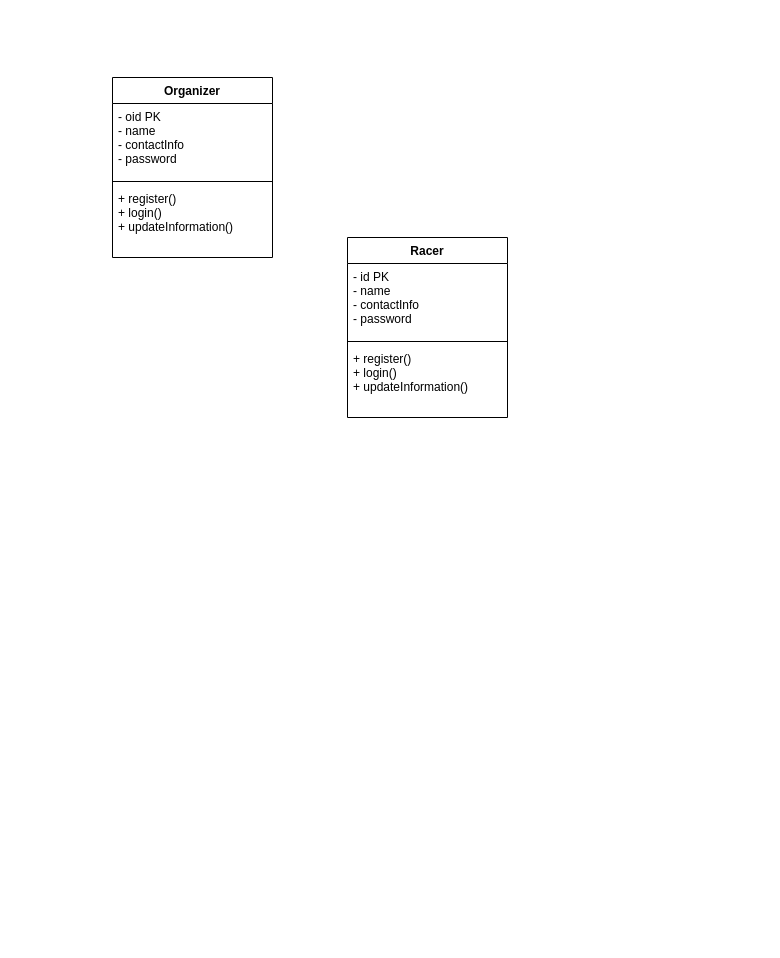
Before: Homework/hw4/webscore_uml.drawio in emi90/DATA514, a draw.io diagram. Source tidied: cells renumbered, new cells numbered last; positions are measured from the earlier drawing's top-left corner, leaving out a move shared by most shapes. Both pictures are drawn from the tidied source at 100%, with x=0, y=0 at pixel (112, 77).
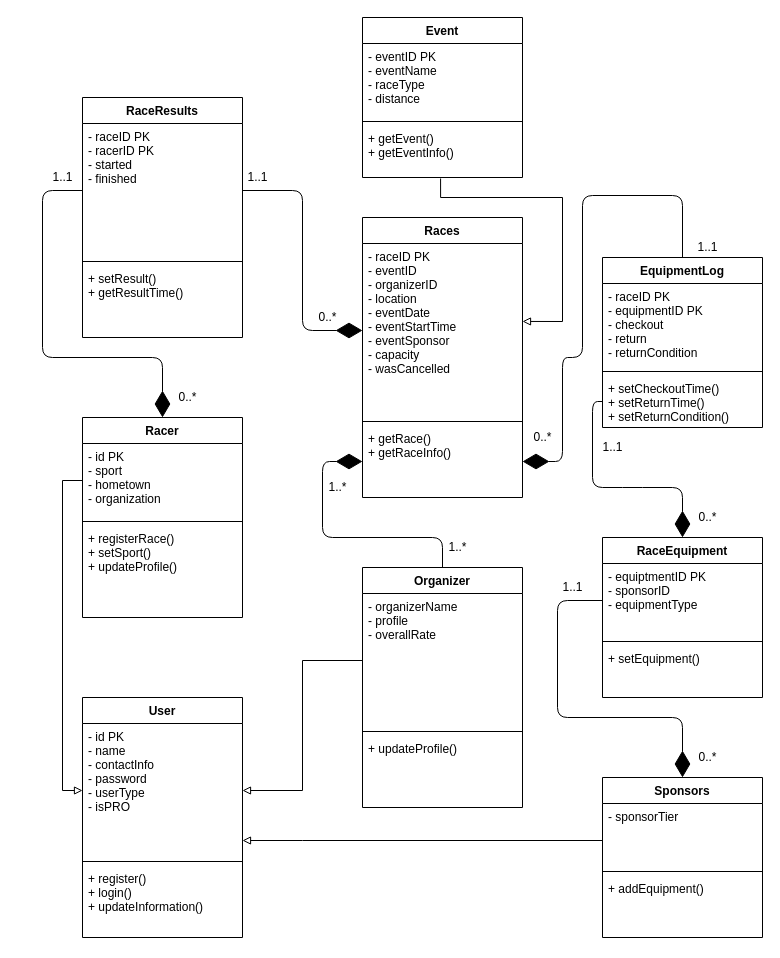
Above is the later version.

Change to the diagram source:
```diff
@@
     <mxCell id="2" value="Racer" style="swimlane;fontStyle=1;align=center;verticalAlign=top;horizontal=1;startSize=26;" parent="1" vertex="1">
-      <mxGeometry x="235" y="160" width="160" height="180" as="geometry" />
+      <mxGeometry x="-30" y="340" width="160" height="200" as="geometry" />
     </mxCell>
-    <mxCell id="3" value="- id PK&#10;- name&#10;- contactInfo&#10;- password" style="text;strokeColor=none;fillColor=none;align=left;verticalAlign=top;spacingLeft=4;spacingRight=4;overflow=hidden;points=[[0,0.5],[1,0.5]];portConstraint=eastwest;" parent="2" vertex="1">
+    <mxCell id="3" value="- id PK&#10;- sport&#10;- hometown&#10;- organization" style="text;strokeColor=none;fillColor=none;align=left;verticalAlign=top;spacingLeft=4;spacingRight=4;overflow=hidden;points=[[0,0.5],[1,0.5]];portConstraint=eastwest;" parent="2" vertex="1">
       <mxGeometry y="26" width="160" height="74" as="geometry" />
     </mxCell>
@@
-    <mxCell id="5" value="+ register()&#10;+ login()&#10;+ updateInformation()" style="text;strokeColor=none;fillColor=none;align=left;verticalAlign=top;spacingLeft=4;spacingRight=4;overflow=hidden;" parent="2" vertex="1">
-      <mxGeometry y="108" width="160" height="72" as="geometry" />
+    <mxCell id="5" value="+ registerRace()&#10;+ setSport()&#10;+ updateProfile()" style="text;strokeColor=none;fillColor=none;align=left;verticalAlign=top;spacingLeft=4;spacingRight=4;overflow=hidden;" parent="2" vertex="1">
+      <mxGeometry y="108" width="160" height="92" as="geometry" />
     </mxCell>
     <mxCell id="6" value="Organizer" style="swimlane;fontStyle=1;align=center;verticalAlign=top;horizontal=1;startSize=26;" parent="1" vertex="1">
-      <mxGeometry width="160" height="180" as="geometry" />
+      <mxGeometry x="250" y="490" width="160" height="240" as="geometry" />
     </mxCell>
-    <mxCell id="7" value="- oid PK&#10;- name&#10;- contactInfo&#10;- password" style="text;strokeColor=none;fillColor=none;align=left;verticalAlign=top;spacingLeft=4;spacingRight=4;overflow=hidden;points=[[0,0.5],[1,0.5]];portConstraint=eastwest;" parent="6" vertex="1">
-      <mxGeometry y="26" width="160" height="74" as="geometry" />
+    <mxCell id="7" value="- organizerName&#10;- profile&#10;- overallRate" style="text;strokeColor=none;fillColor=none;align=left;verticalAlign=top;spacingLeft=4;spacingRight=4;overflow=hidden;points=[[0,0.5],[1,0.5]];portConstraint=eastwest;" parent="6" vertex="1">
+      <mxGeometry y="26" width="160" height="134" as="geometry" />
     </mxCell>
     <mxCell id="8" style="line;strokeWidth=1;fillColor=none;align=left;verticalAlign=middle;spacingTop=-1;spacingLeft=3;spacingRight=3;labelPosition=right;" parent="6" vertex="1">
-      <mxGeometry y="100" width="160" height="8" as="geometry" />
+      <mxGeometry y="160" width="160" height="8" as="geometry" />
     </mxCell>
-    <mxCell id="9" value="+ register()&#10;+ login()&#10;+ updateInformation()" style="text;strokeColor=none;fillColor=none;align=left;verticalAlign=top;spacingLeft=4;spacingRight=4;overflow=hidden;" parent="6" vertex="1">
-      <mxGeometry y="108" width="160" height="72" as="geometry" />
+    <mxCell id="9" value="+ updateProfile()" style="text;strokeColor=none;fillColor=none;align=left;verticalAlign=top;spacingLeft=4;spacingRight=4;overflow=hidden;" parent="6" vertex="1">
+      <mxGeometry y="168" width="160" height="72" as="geometry" />
     </mxCell>
+    <mxCell id="10" value="Races" style="swimlane;fontStyle=1;align=center;verticalAlign=top;horizontal=1;startSize=26;" parent="1" vertex="1">
+      <mxGeometry x="250" y="140" width="160" height="280" as="geometry" />
+    </mxCell>
+    <mxCell id="11" value="- raceID PK&#10;- eventID &#10;- organizerID&#10;- location&#10;- eventDate&#10;- eventStartTime&#10;- eventSponsor&#10;- capacity&#10;- wasCancelled" style="text;strokeColor=none;fillColor=none;align=left;verticalAlign=top;spacingLeft=4;spacingRight=4;overflow=hidden;points=[[0,0.5],[1,0.5]];portConstraint=eastwest;" parent="10" vertex="1">
+      <mxGeometry y="26" width="160" height="174" as="geometry" />
+    </mxCell>
+    <mxCell id="12" style="line;strokeWidth=1;fillColor=none;align=left;verticalAlign=middle;spacingTop=-1;spacingLeft=3;spacingRight=3;labelPosition=right;" parent="10" vertex="1">
+      <mxGeometry y="200" width="160" height="8" as="geometry" />
+    </mxCell>
+    <mxCell id="13" value="+ getRace()&#10;+ getRaceInfo()" style="text;strokeColor=none;fillColor=none;align=left;verticalAlign=top;spacingLeft=4;spacingRight=4;overflow=hidden;points=[[0,0.5],[1,0.5]];portConstraint=eastwest;" parent="10" vertex="1">
+      <mxGeometry y="208" width="160" height="72" as="geometry" />
+    </mxCell>
+    <mxCell id="14" value="Event" style="swimlane;fontStyle=1;align=center;verticalAlign=top;horizontal=1;startSize=26;" parent="1" vertex="1">
+      <mxGeometry x="250" y="-60" width="160" height="160" as="geometry" />
+    </mxCell>
+    <mxCell id="15" value="- eventID PK&#10;- eventName&#10;- raceType&#10;- distance" style="text;strokeColor=none;fillColor=none;align=left;verticalAlign=top;spacingLeft=4;spacingRight=4;overflow=hidden;" parent="14" vertex="1">
+      <mxGeometry y="26" width="160" height="74" as="geometry" />
+    </mxCell>
+    <mxCell id="16" style="line;strokeWidth=1;fillColor=none;align=left;verticalAlign=middle;spacingTop=-1;spacingLeft=3;spacingRight=3;labelPosition=right;" parent="14" vertex="1">
+      <mxGeometry y="100" width="160" height="8" as="geometry" />
+    </mxCell>
+    <mxCell id="17" value="+ getEvent()&#10;+ getEventInfo()" style="text;strokeColor=none;fillColor=none;align=left;verticalAlign=top;spacingLeft=4;spacingRight=4;overflow=hidden;points=[[0,0.5],[1,0.5]];portConstraint=eastwest;" parent="14" vertex="1">
+      <mxGeometry y="108" width="160" height="52" as="geometry" />
+    </mxCell>
+    <mxCell id="18" value="RaceResults" style="swimlane;fontStyle=1;align=center;verticalAlign=top;horizontal=1;startSize=26;" parent="1" vertex="1">
+      <mxGeometry x="-30" y="20" width="160" height="240" as="geometry" />
+    </mxCell>
+    <mxCell id="19" value="- raceID PK&#10;- racerID PK&#10;- started&#10;- finished" style="text;strokeColor=none;fillColor=none;align=left;verticalAlign=top;spacingLeft=4;spacingRight=4;overflow=hidden;points=[[0,0.5],[1,0.5]];portConstraint=eastwest;" parent="18" vertex="1">
+      <mxGeometry y="26" width="160" height="134" as="geometry" />
+    </mxCell>
+    <mxCell id="20" style="line;strokeWidth=1;fillColor=none;align=left;verticalAlign=middle;spacingTop=-1;spacingLeft=3;spacingRight=3;labelPosition=right;" parent="18" vertex="1">
+      <mxGeometry y="160" width="160" height="8" as="geometry" />
+    </mxCell>
+    <mxCell id="21" value="+ setResult()&#10;+ getResultTime()" style="text;strokeColor=none;fillColor=none;align=left;verticalAlign=top;spacingLeft=4;spacingRight=4;overflow=hidden;" parent="18" vertex="1">
+      <mxGeometry y="168" width="160" height="72" as="geometry" />
+    </mxCell>
+    <mxCell id="22" value="RaceEquipment" style="swimlane;fontStyle=1;align=center;verticalAlign=top;horizontal=1;startSize=26;" parent="1" vertex="1">
+      <mxGeometry x="490" y="460" width="160" height="160" as="geometry" />
+    </mxCell>
+    <mxCell id="23" value="- equiptmentID PK &#10;- sponsorID&#10;- equipmentType" style="text;strokeColor=none;fillColor=none;align=left;verticalAlign=top;spacingLeft=4;spacingRight=4;overflow=hidden;points=[[0,0.5],[1,0.5]];portConstraint=eastwest;" parent="22" vertex="1">
+      <mxGeometry y="26" width="160" height="74" as="geometry" />
+    </mxCell>
+    <mxCell id="24" style="line;strokeWidth=1;fillColor=none;align=left;verticalAlign=middle;spacingTop=-1;spacingLeft=3;spacingRight=3;labelPosition=right;" parent="22" vertex="1">
+      <mxGeometry y="100" width="160" height="8" as="geometry" />
+    </mxCell>
+    <mxCell id="25" value="+ setEquipment()" style="text;strokeColor=none;fillColor=none;align=left;verticalAlign=top;spacingLeft=4;spacingRight=4;overflow=hidden;" parent="22" vertex="1">
+      <mxGeometry y="108" width="160" height="52" as="geometry" />
+    </mxCell>
+    <mxCell id="26" value="Sponsors" style="swimlane;fontStyle=1;align=center;verticalAlign=top;horizontal=1;startSize=26;" parent="1" vertex="1">
+      <mxGeometry x="490" y="700" width="160" height="160" as="geometry" />
+    </mxCell>
+    <mxCell id="27" value="- sponsorTier" style="text;strokeColor=none;fillColor=none;align=left;verticalAlign=top;spacingLeft=4;spacingRight=4;overflow=hidden;points=[[0,0.5],[1,0.5]];portConstraint=eastwest;" parent="26" vertex="1">
+      <mxGeometry y="26" width="160" height="64" as="geometry" />
+    </mxCell>
+    <mxCell id="28" style="line;strokeWidth=1;fillColor=none;align=left;verticalAlign=middle;spacingTop=-1;spacingLeft=3;spacingRight=3;labelPosition=right;" parent="26" vertex="1">
+      <mxGeometry y="90" width="160" height="8" as="geometry" />
+    </mxCell>
+    <mxCell id="29" value="+ addEquipment()" style="text;strokeColor=none;fillColor=none;align=left;verticalAlign=top;spacingLeft=4;spacingRight=4;overflow=hidden;" parent="26" vertex="1">
+      <mxGeometry y="98" width="160" height="62" as="geometry" />
+    </mxCell>
+    <mxCell id="30" value="EquipmentLog" style="swimlane;fontStyle=1;align=center;verticalAlign=top;horizontal=1;startSize=26;" parent="1" vertex="1">
+      <mxGeometry x="490" y="180" width="160" height="170" as="geometry" />
+    </mxCell>
+    <mxCell id="31" value="- raceID PK&#10;- equipmentID PK&#10;- checkout&#10;- return&#10;- returnCondition" style="text;strokeColor=none;fillColor=none;align=left;verticalAlign=top;spacingLeft=4;spacingRight=4;overflow=hidden;" parent="30" vertex="1">
+      <mxGeometry y="26" width="160" height="84" as="geometry" />
+    </mxCell>
+    <mxCell id="32" style="line;strokeWidth=1;fillColor=none;align=left;verticalAlign=middle;spacingTop=-1;spacingLeft=3;spacingRight=3;labelPosition=right;" parent="30" vertex="1">
+      <mxGeometry y="110" width="160" height="8" as="geometry" />
+    </mxCell>
+    <mxCell id="33" value="+ setCheckoutTime()&#10;+ setReturnTime()&#10;+ setReturnCondition()" style="text;strokeColor=none;fillColor=none;align=left;verticalAlign=top;spacingLeft=4;spacingRight=4;overflow=hidden;points=[[0,0.5],[1,0.5]];portConstraint=eastwest;" parent="30" vertex="1">
+      <mxGeometry y="118" width="160" height="52" as="geometry" />
+    </mxCell>
+    <mxCell id="34" style="endArrow=diamondThin;endFill=1;endSize=24;html=1;exitX=0;exitY=0.5;exitDx=0;exitDy=0;" parent="1" edge="1" source="19" target="2">
+      <mxGeometry relative="1" as="geometry">
+        <Array as="points">
+          <mxPoint x="-70" y="113" />
+          <mxPoint x="-70" y="280" />
+          <mxPoint x="50" y="280" />
+        </Array>
+      </mxGeometry>
+    </mxCell>
+    <mxCell id="35" value="0..*" style="text;html=1;align=center;verticalAlign=middle;strokeColor=none;" parent="1" vertex="1">
+      <mxGeometry x="60" y="310" width="30" height="20" as="geometry" />
+    </mxCell>
+    <mxCell id="36" value="User" style="swimlane;fontStyle=1;align=center;verticalAlign=top;horizontal=1;startSize=26;" parent="1" vertex="1">
+      <mxGeometry x="-30" y="620" width="160" height="240" as="geometry" />
+    </mxCell>
+    <mxCell id="37" value="- id PK&#10;- name&#10;- contactInfo&#10;- password&#10;- userType&#10;- isPRO" style="text;strokeColor=none;fillColor=none;align=left;verticalAlign=top;spacingLeft=4;spacingRight=4;overflow=hidden;points=[[0,0.5],[1,0.5]];portConstraint=eastwest;" parent="36" vertex="1">
+      <mxGeometry y="26" width="160" height="134" as="geometry" />
+    </mxCell>
+    <mxCell id="38" style="line;strokeWidth=1;fillColor=none;align=left;verticalAlign=middle;spacingTop=-1;spacingLeft=3;spacingRight=3;labelPosition=right;" parent="36" vertex="1">
+      <mxGeometry y="160" width="160" height="8" as="geometry" />
+    </mxCell>
+    <mxCell id="39" value="+ register()&#10;+ login()&#10;+ updateInformation()" style="text;strokeColor=none;fillColor=none;align=left;verticalAlign=top;spacingLeft=4;spacingRight=4;overflow=hidden;" parent="36" vertex="1">
+      <mxGeometry y="168" width="160" height="72" as="geometry" />
+    </mxCell>
+    <mxCell id="40" style="edgeStyle=orthogonalEdgeStyle;rounded=0;jettySize=auto;html=1;exitX=0;exitY=0.5;exitDx=0;exitDy=0;endArrow=block;endFill=0;strokeWidth=1;entryX=0;entryY=0.5;entryDx=0;entryDy=0;" parent="1" edge="1" source="3" target="37">
+      <mxGeometry relative="1" as="geometry" />
+    </mxCell>
+    <mxCell id="41" style="edgeStyle=orthogonalEdgeStyle;rounded=0;jettySize=auto;html=1;endArrow=block;endFill=0;strokeWidth=1;entryX=1;entryY=0.5;entryDx=0;entryDy=0;" parent="1" edge="1" source="7" target="37">
+      <mxGeometry relative="1" as="geometry" />
+    </mxCell>
+    <mxCell id="42" style="edgeStyle=orthogonalEdgeStyle;rounded=0;jettySize=auto;html=1;endArrow=block;endFill=0;strokeWidth=1;" parent="1" edge="1" source="27" target="37">
+      <mxGeometry relative="1" as="geometry">
+        <Array as="points">
+          <mxPoint x="190" y="763" />
+          <mxPoint x="190" y="763" />
+        </Array>
+      </mxGeometry>
+    </mxCell>
+    <mxCell id="43" value="1..1" style="text;html=1;align=center;verticalAlign=middle;strokeColor=none;" parent="1" vertex="1">
+      <mxGeometry x="-70" y="90" width="40" height="20" as="geometry" />
+    </mxCell>
+    <mxCell id="44" value="0..*" style="text;html=1;align=center;verticalAlign=middle;strokeColor=none;" parent="1" vertex="1">
+      <mxGeometry x="200" y="230" width="30" height="20" as="geometry" />
+    </mxCell>
+    <mxCell id="45" value="1..1" style="text;html=1;align=center;verticalAlign=middle;strokeColor=none;" parent="1" vertex="1">
+      <mxGeometry x="125" y="90" width="40" height="20" as="geometry" />
+    </mxCell>
+    <mxCell id="46" style="edgeStyle=orthogonalEdgeStyle;rounded=0;jettySize=auto;html=1;endArrow=block;endFill=0;strokeWidth=1;exitX=0.488;exitY=1.019;exitDx=0;exitDy=0;exitPerimeter=0;entryX=1;entryY=0.448;entryDx=0;entryDy=0;entryPerimeter=0;" parent="1" edge="1" source="17" target="11">
+      <mxGeometry relative="1" as="geometry">
+        <Array as="points">
+          <mxPoint x="328" y="120" />
+          <mxPoint x="450" y="120" />
+          <mxPoint x="450" y="244" />
+        </Array>
+      </mxGeometry>
+    </mxCell>
+    <mxCell id="47" style="endArrow=diamondThin;endFill=1;endSize=24;html=1;exitX=1;exitY=0.5;exitDx=0;exitDy=0;entryX=0;entryY=0.5;entryDx=0;entryDy=0;" parent="1" edge="1" source="19" target="11">
+      <mxGeometry relative="1" as="geometry">
+        <Array as="points">
+          <mxPoint x="190" y="113" />
+          <mxPoint x="190" y="253" />
+        </Array>
+      </mxGeometry>
+    </mxCell>
+    <mxCell id="48" style="endArrow=diamondThin;endFill=1;endSize=24;html=1;exitX=0.5;exitY=0;exitDx=0;exitDy=0;entryX=0;entryY=0.5;entryDx=0;entryDy=0;" parent="1" edge="1" source="6" target="13">
+      <mxGeometry relative="1" as="geometry">
+        <Array as="points">
+          <mxPoint x="330" y="460" />
+          <mxPoint x="210" y="460" />
+          <mxPoint x="210" y="384" />
+        </Array>
+      </mxGeometry>
+    </mxCell>
+    <mxCell id="49" value="1..*" style="text;html=1;align=center;verticalAlign=middle;strokeColor=none;" parent="1" vertex="1">
+      <mxGeometry x="210" y="400" width="30" height="20" as="geometry" />
+    </mxCell>
+    <mxCell id="50" value="1..*" style="text;html=1;align=center;verticalAlign=middle;strokeColor=none;" parent="1" vertex="1">
+      <mxGeometry x="330" y="460" width="30" height="20" as="geometry" />
+    </mxCell>
+    <mxCell id="51" style="endArrow=diamondThin;endFill=1;endSize=24;html=1;entryX=0.5;entryY=0;entryDx=0;entryDy=0;exitX=0;exitY=0.5;exitDx=0;exitDy=0;" parent="1" edge="1" source="33" target="22">
+      <mxGeometry relative="1" as="geometry">
+        <Array as="points">
+          <mxPoint x="480" y="324" />
+          <mxPoint x="480" y="410" />
+          <mxPoint x="520" y="410" />
+          <mxPoint x="570" y="410" />
+        </Array>
+      </mxGeometry>
+    </mxCell>
+    <mxCell id="52" value="1..1" style="text;html=1;align=center;verticalAlign=middle;strokeColor=none;" parent="1" vertex="1">
+      <mxGeometry x="480" y="360" width="40" height="20" as="geometry" />
+    </mxCell>
+    <mxCell id="53" value="0..*" style="text;html=1;align=center;verticalAlign=middle;strokeColor=none;" parent="1" vertex="1">
+      <mxGeometry x="580" y="430" width="30" height="20" as="geometry" />
+    </mxCell>
+    <mxCell id="54" style="endArrow=diamondThin;endFill=1;endSize=24;html=1;exitX=0;exitY=0.5;exitDx=0;exitDy=0;entryX=0.5;entryY=0;entryDx=0;entryDy=0;" parent="1" edge="1" source="23" target="26">
+      <mxGeometry relative="1" as="geometry">
+        <Array as="points">
+          <mxPoint x="445" y="523" />
+          <mxPoint x="445" y="640" />
+          <mxPoint x="570" y="640" />
+        </Array>
+      </mxGeometry>
+    </mxCell>
+    <mxCell id="55" value="0..*" style="text;html=1;align=center;verticalAlign=middle;strokeColor=none;" parent="1" vertex="1">
+      <mxGeometry x="580" y="670" width="30" height="20" as="geometry" />
+    </mxCell>
+    <mxCell id="56" value="1..1" style="text;html=1;align=center;verticalAlign=middle;strokeColor=none;" parent="1" vertex="1">
+      <mxGeometry x="440" y="500" width="40" height="20" as="geometry" />
+    </mxCell>
+    <mxCell id="57" style="endArrow=diamondThin;endFill=1;endSize=24;html=1;entryX=1;entryY=0.5;entryDx=0;entryDy=0;exitX=0.5;exitY=0;exitDx=0;exitDy=0;" parent="1" edge="1" source="30" target="13">
+      <mxGeometry relative="1" as="geometry">
+        <Array as="points">
+          <mxPoint x="570" y="118" />
+          <mxPoint x="470" y="118" />
+          <mxPoint x="470" y="280" />
+          <mxPoint x="450" y="280" />
+          <mxPoint x="450" y="384" />
+        </Array>
+      </mxGeometry>
+    </mxCell>
+    <mxCell id="58" value="0..*" style="text;html=1;align=center;verticalAlign=middle;strokeColor=none;" parent="1" vertex="1">
+      <mxGeometry x="415" y="350" width="30" height="20" as="geometry" />
+    </mxCell>
+    <mxCell id="59" value="1..1" style="text;html=1;align=center;verticalAlign=middle;strokeColor=none;" parent="1" vertex="1">
+      <mxGeometry x="575" y="160" width="40" height="20" as="geometry" />
+    </mxCell>
```
